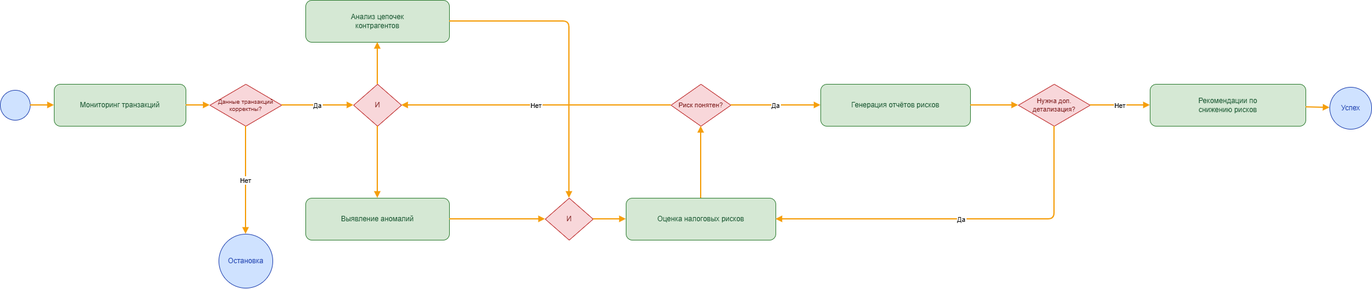
Before: diagrams/BPMN/BPMN A4.png, a diagram exported from draw.io (ShachiAO/system-engineering-playbook). Source tidied: cells renumbered, new cells last; positions are measured from the earlier drawing's top-left corner, leaving out a move shared by most shapes.
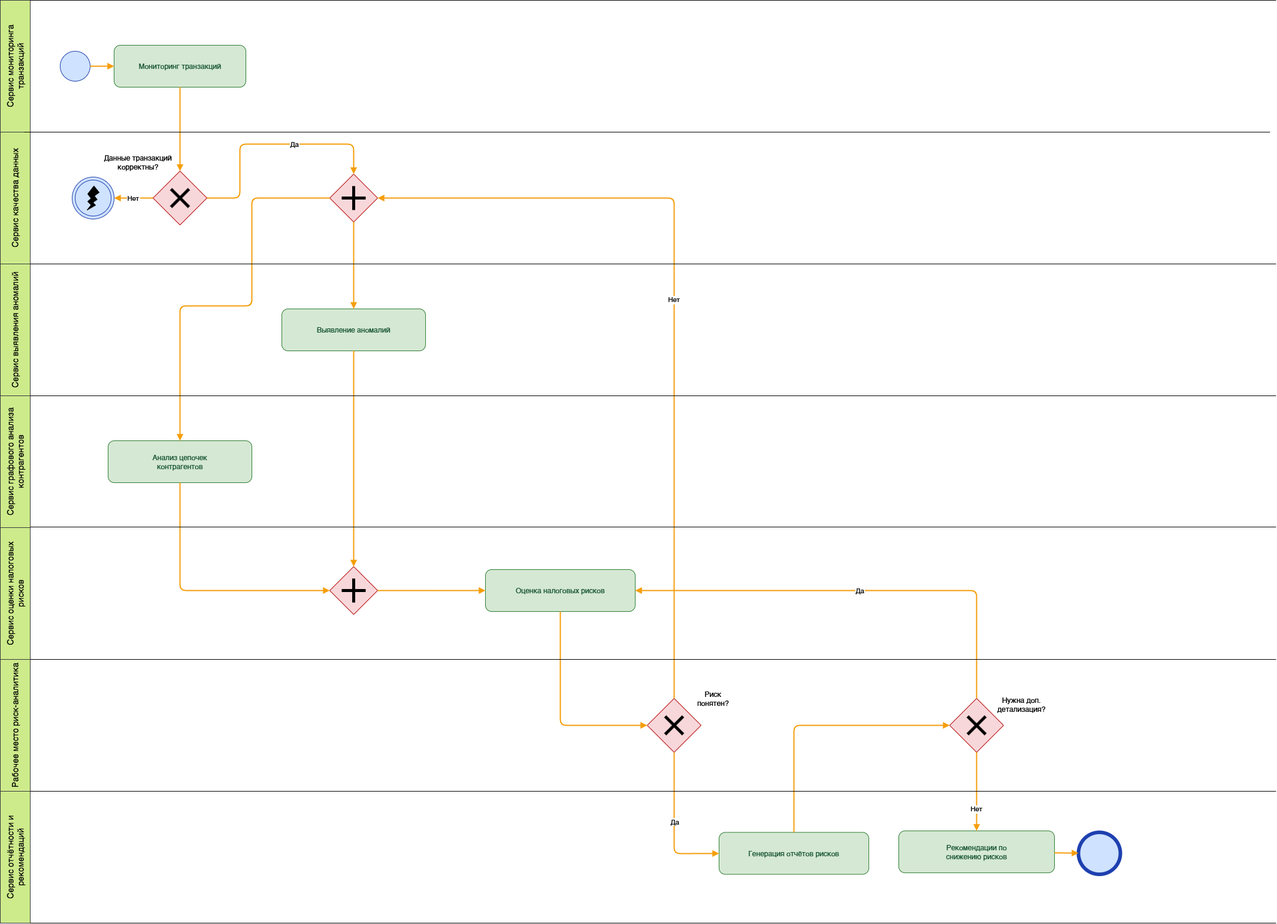
The same file after the commit.

Diff of the diagram source:
```diff
@@ -3,61 +3,69 @@
     <mxCell id="0" />
     <mxCell id="1" parent="0" />
     <mxCell id="2" style="ellipse;whiteSpace=wrap;html=1;fillColor=#cfe2ff;strokeColor=#1e40af;fontColor=#1e40af;" parent="1" vertex="1">
-      <mxGeometry y="150" width="50" height="50" as="geometry" />
+      <mxGeometry x="100" y="55" width="50" height="50" as="geometry" />
     </mxCell>
     <mxCell id="3" value="Мониторинг транзакций" style="rounded=1;whiteSpace=wrap;html=1;fillColor=#d5e8d4;strokeColor=#2f7d32;fontColor=#14532d;" parent="1" vertex="1">
-      <mxGeometry x="90" y="140" width="220" height="70" as="geometry" />
+      <mxGeometry x="190" y="45" width="220" height="70" as="geometry" />
     </mxCell>
-    <mxCell id="4" value="Данные транзакций&#10;корректны?" style="rhombus;whiteSpace=wrap;html=1;fillColor=#f8d7da;strokeColor=#b91c1c;fontColor=#7f1d1d;fontSize=10;" parent="1" vertex="1">
-      <mxGeometry x="350" y="140" width="120" height="70" as="geometry" />
-    </mxCell>
-    <mxCell id="5" value="И" style="rhombus;whiteSpace=wrap;html=1;fillColor=#f8d7da;strokeColor=#b91c1c;fontColor=#7f1d1d;" parent="1" vertex="1">
-      <mxGeometry x="590" y="140" width="80" height="70" as="geometry" />
+    <mxCell id="5" style="rhombus;whiteSpace=wrap;html=1;fillColor=#f8d7da;strokeColor=#b91c1c;fontColor=#7f1d1d;" parent="1" vertex="1">
+      <mxGeometry x="550" y="260" width="80" height="80" as="geometry" />
     </mxCell>
     <mxCell id="6" value="Анализ цепочек&#10;контрагентов" style="rounded=1;whiteSpace=wrap;html=1;fillColor=#d5e8d4;strokeColor=#2f7d32;fontColor=#14532d;" parent="1" vertex="1">
-      <mxGeometry x="510" width="240" height="70" as="geometry" />
+      <mxGeometry x="180" y="705" width="240" height="70" as="geometry" />
     </mxCell>
     <mxCell id="7" value="Выявление аномалий" style="rounded=1;whiteSpace=wrap;html=1;fillColor=#d5e8d4;strokeColor=#2f7d32;fontColor=#14532d;" parent="1" vertex="1">
-      <mxGeometry x="510" y="330" width="240" height="70" as="geometry" />
+      <mxGeometry x="470" y="485" width="240" height="70" as="geometry" />
     </mxCell>
-    <mxCell id="8" value="И" style="rhombus;whiteSpace=wrap;html=1;fillColor=#f8d7da;strokeColor=#b91c1c;fontColor=#7f1d1d;" parent="1" vertex="1">
-      <mxGeometry x="910" y="330" width="80" height="70" as="geometry" />
+    <mxCell id="8" style="rhombus;whiteSpace=wrap;html=1;fillColor=#f8d7da;strokeColor=#b91c1c;fontColor=#7f1d1d;" parent="1" vertex="1">
+      <mxGeometry x="550" y="915" width="80" height="80" as="geometry" />
     </mxCell>
     <mxCell id="9" value="Оценка налоговых рисков" style="rounded=1;whiteSpace=wrap;html=1;fillColor=#d5e8d4;strokeColor=#2f7d32;fontColor=#14532d;" parent="1" vertex="1">
-      <mxGeometry x="1045" y="330" width="250" height="70" as="geometry" />
+      <mxGeometry x="810" y="920" width="250" height="70" as="geometry" />
     </mxCell>
-    <mxCell id="10" value="Риск понятен?" style="rhombus;whiteSpace=wrap;html=1;fillColor=#f8d7da;strokeColor=#b91c1c;fontColor=#7f1d1d;fontSize=11;" parent="1" vertex="1">
-      <mxGeometry x="1120" y="140" width="100" height="70" as="geometry" />
+    <mxCell id="10" style="rhombus;whiteSpace=wrap;html=1;fillColor=#f8d7da;strokeColor=#b91c1c;fontColor=#7f1d1d;fontSize=11;" parent="1" vertex="1">
+      <mxGeometry x="1080" y="1135" width="90" height="90" as="geometry" />
     </mxCell>
     <mxCell id="11" value="Генерация отчётов рисков" style="rounded=1;whiteSpace=wrap;html=1;fillColor=#d5e8d4;strokeColor=#2f7d32;fontColor=#14532d;" parent="1" vertex="1">
-      <mxGeometry x="1370" y="140" width="250" height="70" as="geometry" />
+      <mxGeometry x="1200" y="1358.6" width="250" height="70" as="geometry" />
     </mxCell>
-    <mxCell id="12" value="Нужна доп.&#10;детализация?" style="rhombus;whiteSpace=wrap;html=1;fillColor=#f8d7da;strokeColor=#b91c1c;fontColor=#7f1d1d;fontSize=11;" parent="1" vertex="1">
-      <mxGeometry x="1700" y="140" width="120" height="70" as="geometry" />
+    <mxCell id="12" style="rhombus;whiteSpace=wrap;html=1;fillColor=#f8d7da;strokeColor=#b91c1c;fontColor=#7f1d1d;fontSize=11;" parent="1" vertex="1">
+      <mxGeometry x="1585" y="1135" width="90" height="90" as="geometry" />
     </mxCell>
     <mxCell id="13" value="Рекомендации по&#10;снижению рисков" style="rounded=1;whiteSpace=wrap;html=1;fillColor=#d5e8d4;strokeColor=#2f7d32;fontColor=#14532d;" parent="1" vertex="1">
-      <mxGeometry x="1920" y="140" width="260" height="70" as="geometry" />
+      <mxGeometry x="1500" y="1356.1" width="260" height="70" as="geometry" />
     </mxCell>
-    <mxCell id="14" value="Успех" style="ellipse;whiteSpace=wrap;html=1;fillColor=#cfe2ff;strokeColor=#1e40af;fontColor=#1e40af;" parent="1" vertex="1">
-      <mxGeometry x="2220" y="145" width="70" height="70" as="geometry" />
+    <mxCell id="14" style="ellipse;whiteSpace=wrap;html=1;fillColor=#cfe2ff;strokeColor=#1e40af;fontColor=#1e40af;strokeWidth=6;" parent="1" vertex="1">
+      <mxGeometry x="1800" y="1358.6" width="70" height="70" as="geometry" />
     </mxCell>
-    <mxCell id="15" value="Остановка" style="ellipse;whiteSpace=wrap;html=1;fillColor=#cfe2ff;strokeColor=#1e40af;fontColor=#1e40af;" parent="1" vertex="1">
-      <mxGeometry x="365" y="390" width="90" height="90" as="geometry" />
-    </mxCell>
     <mxCell id="16" style="endArrow=block;strokeColor=#f59e0b;strokeWidth=2;" parent="1" edge="1" source="2" target="3">
       <mxGeometry relative="1" as="geometry" />
     </mxCell>
-    <mxCell id="17" style="endArrow=block;strokeColor=#f59e0b;strokeWidth=2;" parent="1" edge="1" source="3" target="4">
+    <mxCell id="17" style="endArrow=block;strokeColor=#f59e0b;strokeWidth=2;entryX=0.5;entryY=0;entryDx=0;entryDy=0;" parent="1" edge="1" source="3" target="42">
       <mxGeometry relative="1" as="geometry" />
     </mxCell>
-    <mxCell id="18" value="Да" style="endArrow=block;strokeColor=#f59e0b;strokeWidth=2;" parent="1" edge="1" source="4" target="5">
-      <mxGeometry relative="1" as="geometry" />
+    <mxCell id="18" value="Да" style="endArrow=block;strokeColor=#f59e0b;strokeWidth=2;" parent="1" edge="1" source="42" target="5">
+      <mxGeometry x="0.23" relative="1" as="geometry">
+        <Array as="points">
+          <mxPoint x="400" y="300" />
+          <mxPoint x="400" y="210" />
+          <mxPoint x="590" y="210" />
+        </Array>
+      </mxGeometry>
     </mxCell>
-    <mxCell id="19" value="Нет" style="endArrow=block;strokeColor=#f59e0b;strokeWidth=2;" parent="1" edge="1" source="4" target="15">
-      <mxGeometry relative="1" as="geometry" />
+    <mxCell id="19" value="Нет" style="endArrow=block;strokeColor=#f59e0b;strokeWidth=2;exitX=0;exitY=0.5;exitDx=0;exitDy=0;" parent="1" edge="1" source="42">
+      <mxGeometry relative="1" as="geometry">
+        <mxPoint x="190" y="300" as="targetPoint" />
+      </mxGeometry>
     </mxCell>
     <mxCell id="20" style="endArrow=block;strokeColor=#f59e0b;strokeWidth=2;" parent="1" edge="1" source="5" target="6">
-      <mxGeometry relative="1" as="geometry" />
+      <mxGeometry relative="1" as="geometry">
+        <Array as="points">
+          <mxPoint x="420" y="300" />
+          <mxPoint x="420" y="480" />
+          <mxPoint x="300" y="480" />
+        </Array>
+      </mxGeometry>
     </mxCell>
     <mxCell id="21" style="endArrow=block;strokeColor=#f59e0b;strokeWidth=2;" parent="1" edge="1" source="5" target="7">
       <mxGeometry relative="1" as="geometry" />
@@ -65,7 +73,7 @@
     <mxCell id="22" style="endArrow=block;strokeColor=#f59e0b;strokeWidth=2;" parent="1" edge="1" source="6" target="8">
       <mxGeometry relative="1" as="geometry">
         <Array as="points">
-          <mxPoint x="950" y="35" />
+          <mxPoint x="300" y="955" />
         </Array>
       </mxGeometry>
     </mxCell>
@@ -76,29 +84,200 @@
       <mxGeometry relative="1" as="geometry" />
     </mxCell>
     <mxCell id="25" style="endArrow=block;strokeColor=#f59e0b;strokeWidth=2;" parent="1" edge="1" source="9" target="10">
-      <mxGeometry relative="1" as="geometry" />
+      <mxGeometry relative="1" as="geometry">
+        <Array as="points">
+          <mxPoint x="935" y="1180" />
+        </Array>
+      </mxGeometry>
     </mxCell>
-    <mxCell id="26" value="Да" style="endArrow=block;strokeColor=#f59e0b;strokeWidth=2;" parent="1" edge="1" source="10" target="11">
-      <mxGeometry relative="1" as="geometry" />
+    <mxCell id="26" style="endArrow=block;strokeColor=#f59e0b;strokeWidth=2;exitX=0.5;exitY=1;exitDx=0;exitDy=0;" parent="1" edge="1" source="10" target="11">
+      <mxGeometry x="1" y="264" relative="1" as="geometry">
+        <Array as="points">
+          <mxPoint x="1125" y="1394" />
+        </Array>
+        <mxPoint x="334" y="-150" as="offset" />
+      </mxGeometry>
     </mxCell>
+    <mxCell id="32" value="Да" style="edgeLabel;html=1;align=center;verticalAlign=middle;" parent="26" vertex="1">
+      <mxGeometry x="-0.34" y="2" relative="1" as="geometry">
+        <mxPoint x="-2" y="35" as="offset" />
+      </mxGeometry>
+    </mxCell>
     <mxCell id="27" value="Нет" style="endArrow=block;strokeColor=#f59e0b;strokeWidth=2;" parent="1" edge="1" source="10" target="5">
-      <mxGeometry relative="1" as="geometry" />
+      <mxGeometry relative="1" as="geometry">
+        <Array as="points">
+          <mxPoint x="1125" y="300" />
+        </Array>
+      </mxGeometry>
     </mxCell>
     <mxCell id="28" style="endArrow=block;strokeColor=#f59e0b;strokeWidth=2;" parent="1" edge="1" source="11" target="12">
-      <mxGeometry relative="1" as="geometry" />
+      <mxGeometry relative="1" as="geometry">
+        <Array as="points">
+          <mxPoint x="1325" y="1180" />
+        </Array>
+      </mxGeometry>
     </mxCell>
     <mxCell id="29" value="Да" style="endArrow=block;strokeColor=#f59e0b;strokeWidth=2;" parent="1" edge="1" source="12" target="9">
       <mxGeometry relative="1" as="geometry">
         <Array as="points">
-          <mxPoint x="1760" y="365" />
+          <mxPoint x="1630" y="955" />
         </Array>
       </mxGeometry>
     </mxCell>
     <mxCell id="30" value="Нет" style="endArrow=block;strokeColor=#f59e0b;strokeWidth=2;" parent="1" edge="1" source="12" target="13">
-      <mxGeometry relative="1" as="geometry" />
+      <mxGeometry x="0.45" relative="1" as="geometry" />
     </mxCell>
     <mxCell id="31" style="endArrow=block;strokeColor=#f59e0b;strokeWidth=2;" parent="1" edge="1" source="13" target="14">
       <mxGeometry relative="1" as="geometry" />
     </mxCell>
+    <mxCell id="33" value="&lt;font style=&quot;color: light-dark(rgb(0, 0, 0), rgb(0, 0, 0));&quot;&gt;Сервис мониторинга транзакций&lt;/font&gt;" style="rounded=0;whiteSpace=wrap;html=1;fillColor=light-dark(#CDEB8B,#C8F7B1);strokeColor=#36393d;direction=west;horizontal=0;fontSize=14;" parent="1" vertex="1">
+      <mxGeometry y="-30" width="50" height="220" as="geometry" />
+    </mxCell>
+    <mxCell id="34" value="&lt;font style=&quot;color: light-dark(rgb(0, 0, 0), rgb(0, 0, 0));&quot;&gt;Сервис качества данных&lt;/font&gt;" style="rounded=0;whiteSpace=wrap;html=1;fillColor=light-dark(#CDEB8B,#C8F7B1);strokeColor=#36393d;direction=west;horizontal=0;fontSize=14;" parent="1" vertex="1">
+      <mxGeometry y="190" width="50" height="220" as="geometry" />
+    </mxCell>
+    <mxCell id="35" value="&lt;font style=&quot;color: light-dark(rgb(0, 0, 0), rgb(0, 0, 0));&quot;&gt;Сервис выявления аномалий&lt;/font&gt;" style="rounded=0;whiteSpace=wrap;html=1;fillColor=light-dark(#CDEB8B,#C8F7B1);strokeColor=#36393d;direction=west;horizontal=0;fontSize=14;" parent="1" vertex="1">
+      <mxGeometry y="410" width="50" height="220" as="geometry" />
+    </mxCell>
+    <mxCell id="36" value="&lt;font style=&quot;color: light-dark(rgb(0, 0, 0), rgb(0, 0, 0));&quot;&gt;Сервис оценки налоговых рисков&lt;/font&gt;" style="rounded=0;whiteSpace=wrap;html=1;fillColor=light-dark(#CDEB8B,#C8F7B1);strokeColor=#36393d;direction=west;horizontal=0;fontSize=14;" parent="1" vertex="1">
+      <mxGeometry y="850" width="50" height="220" as="geometry" />
+    </mxCell>
+    <mxCell id="37" value="&lt;font style=&quot;color: light-dark(rgb(0, 0, 0), rgb(0, 0, 0));&quot;&gt;Рабочее место риск-аналитика&lt;/font&gt;" style="rounded=0;whiteSpace=wrap;html=1;fillColor=light-dark(#CDEB8B,#C8F7B1);strokeColor=#36393d;direction=west;horizontal=0;fontSize=14;" parent="1" vertex="1">
+      <mxGeometry y="1070" width="50" height="220" as="geometry" />
+    </mxCell>
+    <mxCell id="38" value="&lt;font style=&quot;color: light-dark(rgb(0, 0, 0), rgb(0, 0, 0));&quot;&gt;Сервис отчётности и рекомендаций&lt;/font&gt;" style="rounded=0;whiteSpace=wrap;html=1;fillColor=light-dark(#CDEB8B,#C8F7B1);strokeColor=#36393d;direction=west;horizontal=0;fontSize=14;" parent="1" vertex="1">
+      <mxGeometry y="1290" width="50" height="220" as="geometry" />
+    </mxCell>
+    <mxCell id="39" style="ellipse;whiteSpace=wrap;html=1;fillColor=#cfe2ff;strokeColor=#1e40af;fontColor=#1e40af;fontSize=10;" parent="1" vertex="1">
+      <mxGeometry x="120" y="265" width="70" height="70" as="geometry" />
+    </mxCell>
+    <mxCell id="40" style="ellipse;whiteSpace=wrap;html=1;fillColor=#cfe2ff;strokeColor=#1e40af;fontColor=#1e40af;fontSize=10;" parent="1" vertex="1">
+      <mxGeometry x="125" y="270" width="60" height="60" as="geometry" />
+    </mxCell>
+    <mxCell id="41" style="verticalLabelPosition=bottom;verticalAlign=top;html=1;shape=mxgraph.basic.flash;fillColor=light-dark(#000000,#1E2E47);" parent="1" vertex="1">
+      <mxGeometry x="145" y="280" width="20" height="40" as="geometry" />
+    </mxCell>
+    <mxCell id="4" value="Данные транзакций&lt;div&gt;корректны?&lt;/div&gt;" style="text;html=1;whiteSpace=wrap;align=center;verticalAlign=middle;rounded=0;fontColor=light-dark(#000000,#000000);" parent="1" vertex="1">
+      <mxGeometry x="170" y="225" width="120" height="30" as="geometry" />
+    </mxCell>
+    <mxCell id="42" style="rhombus;whiteSpace=wrap;html=1;fillColor=#f8d7da;strokeColor=#b91c1c;fontColor=#7f1d1d;fontSize=10;" parent="1" vertex="1">
+      <mxGeometry x="255" y="255" width="90" height="90" as="geometry" />
+    </mxCell>
+    <mxCell id="43" style="endArrow=none;html=1;rounded=0;strokeWidth=5;strokeColor=light-dark(#000000,#000000);" parent="1" edge="1">
+      <mxGeometry relative="1" as="geometry">
+        <mxPoint x="285" y="285" as="sourcePoint" />
+        <mxPoint x="315" y="315" as="targetPoint" />
+      </mxGeometry>
+    </mxCell>
+    <mxCell id="44" style="endArrow=none;html=1;rounded=0;strokeWidth=5;strokeColor=light-dark(#000000,#000000);" parent="1" edge="1">
+      <mxGeometry relative="1" as="geometry">
+        <mxPoint x="315" y="285" as="sourcePoint" />
+        <mxPoint x="285" y="315" as="targetPoint" />
+      </mxGeometry>
+    </mxCell>
+    <mxCell id="45" value="&lt;font style=&quot;color: light-dark(rgb(0, 0, 0), rgb(0, 0, 0));&quot;&gt;Сервис графового анализа контрагентов&lt;/font&gt;" style="rounded=0;whiteSpace=wrap;html=1;fillColor=light-dark(#CDEB8B,#C8F7B1);strokeColor=#36393d;direction=west;horizontal=0;fontSize=14;" parent="1" vertex="1">
+      <mxGeometry y="630" width="50" height="220" as="geometry" />
+    </mxCell>
+    <mxCell id="46" style="endArrow=none;html=1;rounded=0;strokeWidth=5;strokeColor=light-dark(#000000,#000000);" parent="1" edge="1">
+      <mxGeometry relative="1" as="geometry">
+        <mxPoint x="570" y="300" as="sourcePoint" />
+        <mxPoint x="610" y="300" as="targetPoint" />
+      </mxGeometry>
+    </mxCell>
+    <mxCell id="47" style="endArrow=none;html=1;rounded=0;strokeWidth=5;strokeColor=light-dark(#000000,#000000);" parent="1" edge="1">
+      <mxGeometry relative="1" as="geometry">
+        <mxPoint x="590" y="280" as="sourcePoint" />
+        <mxPoint x="590" y="320" as="targetPoint" />
+      </mxGeometry>
+    </mxCell>
+    <mxCell id="48" style="endArrow=none;html=1;rounded=0;strokeWidth=5;strokeColor=light-dark(#000000,#000000);" parent="1" edge="1">
+      <mxGeometry relative="1" as="geometry">
+        <mxPoint x="570" y="955" as="sourcePoint" />
+        <mxPoint x="610" y="955" as="targetPoint" />
+      </mxGeometry>
+    </mxCell>
+    <mxCell id="49" style="endArrow=none;html=1;rounded=0;strokeWidth=5;strokeColor=light-dark(#000000,#000000);" parent="1" edge="1">
+      <mxGeometry relative="1" as="geometry">
+        <mxPoint x="590" y="935" as="sourcePoint" />
+        <mxPoint x="590" y="975" as="targetPoint" />
+      </mxGeometry>
+    </mxCell>
+    <mxCell id="50" value="Риск понятен?" style="text;html=1;whiteSpace=wrap;align=center;verticalAlign=middle;rounded=0;fontColor=light-dark(#000000,#000000);" parent="1" vertex="1">
+      <mxGeometry x="1160" y="1120" width="60" height="30" as="geometry" />
+    </mxCell>
+    <mxCell id="51" style="endArrow=none;html=1;rounded=0;strokeWidth=5;strokeColor=light-dark(#000000,#000000);" parent="1" edge="1">
+      <mxGeometry relative="1" as="geometry">
+        <mxPoint x="1110" y="1165" as="sourcePoint" />
+        <mxPoint x="1140" y="1195" as="targetPoint" />
+      </mxGeometry>
+    </mxCell>
+    <mxCell id="52" style="endArrow=none;html=1;rounded=0;strokeWidth=5;strokeColor=light-dark(#000000,#000000);" parent="1" edge="1">
+      <mxGeometry relative="1" as="geometry">
+        <mxPoint x="1140" y="1165" as="sourcePoint" />
+        <mxPoint x="1110" y="1195" as="targetPoint" />
+      </mxGeometry>
+    </mxCell>
+    <mxCell id="53" value="Нужна доп.&lt;div&gt;детализация?&lt;/div&gt;" style="text;html=1;whiteSpace=wrap;align=center;verticalAlign=middle;rounded=0;fontColor=light-dark(#000000,#000000);" parent="1" vertex="1">
+      <mxGeometry x="1675" y="1130" width="60" height="30" as="geometry" />
+    </mxCell>
+    <mxCell id="54" style="endArrow=none;html=1;rounded=0;strokeWidth=5;strokeColor=light-dark(#000000,#000000);" parent="1" edge="1">
+      <mxGeometry relative="1" as="geometry">
+        <mxPoint x="1615" y="1165" as="sourcePoint" />
+        <mxPoint x="1645" y="1195" as="targetPoint" />
+      </mxGeometry>
+    </mxCell>
+    <mxCell id="55" style="endArrow=none;html=1;rounded=0;strokeWidth=5;strokeColor=light-dark(#000000,#000000);" parent="1" edge="1">
+      <mxGeometry relative="1" as="geometry">
+        <mxPoint x="1645" y="1165" as="sourcePoint" />
+        <mxPoint x="1615" y="1195" as="targetPoint" />
+      </mxGeometry>
+    </mxCell>
+    <mxCell id="56" style="endArrow=none;html=1;rounded=0;exitX=0;exitY=0;exitDx=0;exitDy=0;strokeColor=light-dark(#000000,#000000);" parent="1" edge="1" source="38">
+      <mxGeometry relative="1" as="geometry">
+        <mxPoint x="2130" y="1510" as="targetPoint" />
+      </mxGeometry>
+    </mxCell>
+    <mxCell id="57" style="endArrow=none;html=1;rounded=0;exitX=0;exitY=0;exitDx=0;exitDy=0;strokeColor=light-dark(#000000,#000000);" parent="1" edge="1">
+      <mxGeometry relative="1" as="geometry">
+        <mxPoint x="50" y="1290" as="sourcePoint" />
+        <mxPoint x="2130" y="1290" as="targetPoint" />
+      </mxGeometry>
+    </mxCell>
+    <mxCell id="58" style="endArrow=none;html=1;rounded=0;exitX=0;exitY=0;exitDx=0;exitDy=0;strokeColor=light-dark(#000000,#000000);" parent="1" edge="1">
+      <mxGeometry relative="1" as="geometry">
+        <mxPoint x="50" y="1070" as="sourcePoint" />
+        <mxPoint x="2130" y="1070" as="targetPoint" />
+      </mxGeometry>
+    </mxCell>
+    <mxCell id="59" style="endArrow=none;html=1;rounded=0;exitX=0;exitY=0;exitDx=0;exitDy=0;strokeColor=light-dark(#000000,#000000);" parent="1" edge="1">
+      <mxGeometry relative="1" as="geometry">
+        <mxPoint x="50" y="849" as="sourcePoint" />
+        <mxPoint x="2130" y="849" as="targetPoint" />
+      </mxGeometry>
+    </mxCell>
+    <mxCell id="60" style="endArrow=none;html=1;rounded=0;exitX=0;exitY=0;exitDx=0;exitDy=0;strokeColor=light-dark(#000000,#000000);" parent="1" edge="1">
+      <mxGeometry relative="1" as="geometry">
+        <mxPoint x="50" y="630" as="sourcePoint" />
+        <mxPoint x="2130" y="630" as="targetPoint" />
+      </mxGeometry>
+    </mxCell>
+    <mxCell id="61" style="endArrow=none;html=1;rounded=0;exitX=0;exitY=0;exitDx=0;exitDy=0;strokeColor=light-dark(#000000,#000000);" parent="1" edge="1">
+      <mxGeometry relative="1" as="geometry">
+        <mxPoint x="50" y="410" as="sourcePoint" />
+        <mxPoint x="2130" y="410" as="targetPoint" />
+      </mxGeometry>
+    </mxCell>
+    <mxCell id="62" style="endArrow=none;html=1;rounded=0;exitX=0;exitY=0;exitDx=0;exitDy=0;strokeColor=light-dark(#000000,#000000);" parent="1" edge="1">
+      <mxGeometry relative="1" as="geometry">
+        <mxPoint x="40" y="190" as="sourcePoint" />
+        <mxPoint x="2120" y="190" as="targetPoint" />
+      </mxGeometry>
+    </mxCell>
+    <mxCell id="63" style="endArrow=none;html=1;rounded=0;exitX=0;exitY=0;exitDx=0;exitDy=0;strokeColor=light-dark(#000000,#000000);" parent="1" edge="1">
+      <mxGeometry relative="1" as="geometry">
+        <mxPoint x="50" y="-30" as="sourcePoint" />
+        <mxPoint x="2130" y="-30" as="targetPoint" />
+      </mxGeometry>
+    </mxCell>
   </root>
 </mxGraphModel>
```
